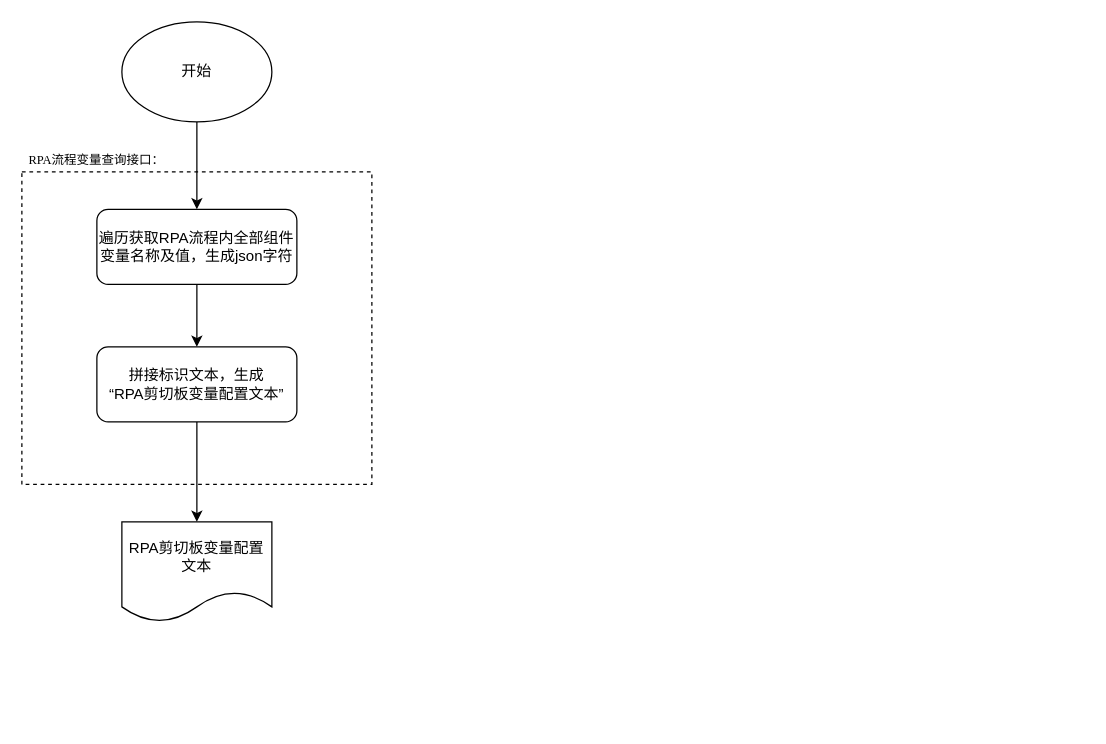
Earlier version of the draw.io diagram 剪切板变量赋值专利发明方案图一.drawio (ColonelDarcy2018/excelsior). Source tidied: cells renumbered, new cells numbered last; positions are measured from the earlier drawing's top-left corner, leaving out a move shared by most shapes. Both pictures are drawn from the tidied source at 125%, with x=0, y=0 at pixel (21, 21).
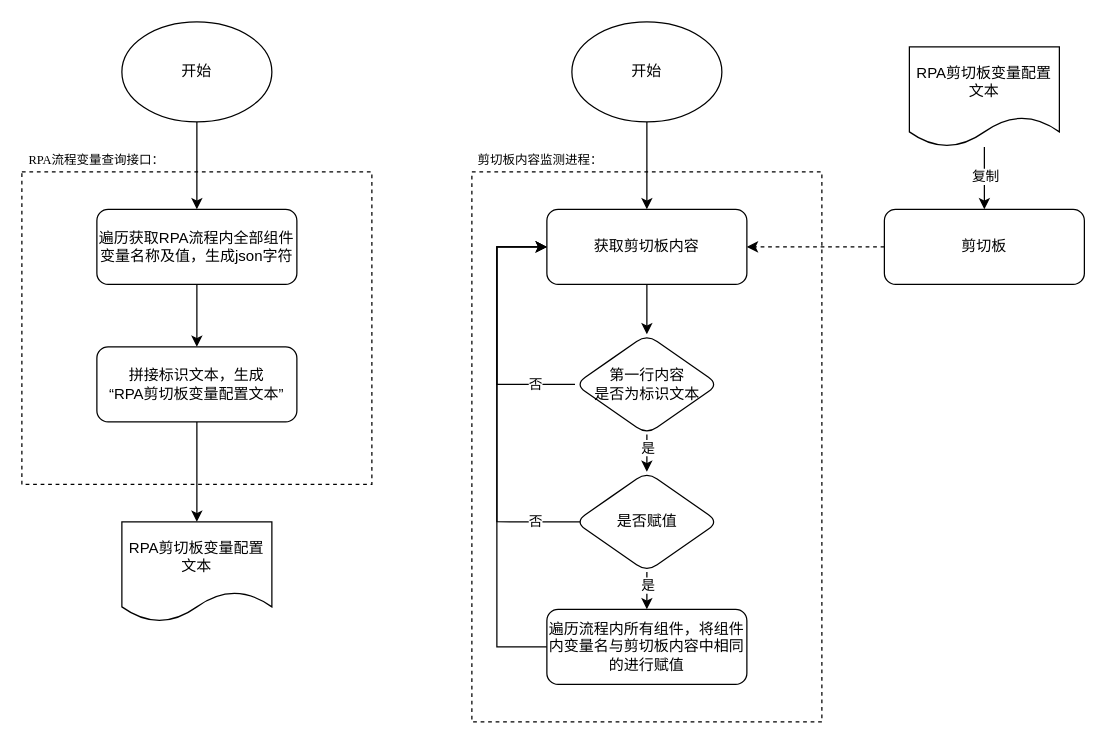
The same page after the edit.

Commit message (it also covers changes not shown here):
更新剪切板变量赋值专利发明方案图一.drawio

The edit, as a diff of the source:
```diff
@@
+    <mxCell id="11" style="rounded=0;whiteSpace=wrap;html=1;dashed=1;" parent="1" vertex="1">
+      <mxGeometry x="360" y="120" width="280" height="440" as="geometry" />
+    </mxCell>
@@
+    <mxCell id="12" style="edgeStyle=orthogonalEdgeStyle;rounded=0;jettySize=auto;html=1;" parent="1" edge="1" source="14" target="16">
+      <mxGeometry relative="1" as="geometry" />
+    </mxCell>
+    <mxCell id="13" value="复制" style="edgeLabel;html=1;align=center;verticalAlign=middle;" parent="12" vertex="1">
+      <mxGeometry x="-0.08" relative="1" as="geometry" />
+    </mxCell>
+    <mxCell id="14" value="RPA剪切板变量配置文本" style="shape=document;whiteSpace=wrap;html=1;boundedLbl=1;" parent="1" vertex="1">
+      <mxGeometry x="710" y="20" width="120" height="80" as="geometry" />
+    </mxCell>
+    <mxCell id="15" style="edgeStyle=orthogonalEdgeStyle;rounded=0;jettySize=auto;html=1;entryX=1;entryY=0.5;entryDx=0;entryDy=0;dashed=1;" parent="1" edge="1" source="16" target="18">
+      <mxGeometry relative="1" as="geometry" />
+    </mxCell>
+    <mxCell id="16" value="剪切板" style="rounded=1;whiteSpace=wrap;html=1;" parent="1" vertex="1">
+      <mxGeometry x="690" y="150" width="160" height="60" as="geometry" />
+    </mxCell>
+    <mxCell id="17" style="edgeStyle=orthogonalEdgeStyle;rounded=0;jettySize=auto;html=1;entryX=0.5;entryY=0;entryDx=0;entryDy=0;" parent="1" edge="1" source="18" target="26">
+      <mxGeometry relative="1" as="geometry" />
+    </mxCell>
+    <mxCell id="18" value="获取剪切板内容" style="rounded=1;whiteSpace=wrap;html=1;" parent="1" vertex="1">
+      <mxGeometry x="420" y="150" width="160" height="60" as="geometry" />
+    </mxCell>
+    <mxCell id="19" value="&lt;p style=&quot;margin: 0pt 0pt 0.0001pt; text-align: start;&quot; class=&quot;MsoNormal&quot;&gt;&lt;font face=&quot;Times New Roman&quot;&gt;剪切板内容监测进程：&lt;/font&gt;&lt;br&gt;&lt;/p&gt;" style="text;html=1;strokeColor=none;fillColor=none;align=center;verticalAlign=middle;whiteSpace=wrap;rounded=0;fontSize=10;" parent="1" vertex="1">
+      <mxGeometry x="360" y="100" width="110" height="20" as="geometry" />
+    </mxCell>
+    <mxCell id="20" style="edgeStyle=orthogonalEdgeStyle;rounded=0;jettySize=auto;html=1;entryX=0.5;entryY=0;entryDx=0;entryDy=0;" parent="1" edge="1" source="21" target="18">
+      <mxGeometry relative="1" as="geometry" />
+    </mxCell>
+    <mxCell id="21" value="开始" style="ellipse;whiteSpace=wrap;html=1;" parent="1" vertex="1">
+      <mxGeometry x="440" width="120" height="80" as="geometry" />
+    </mxCell>
+    <mxCell id="22" style="edgeStyle=orthogonalEdgeStyle;rounded=0;jettySize=auto;html=1;" parent="1" edge="1" source="26" target="31">
+      <mxGeometry relative="1" as="geometry" />
+    </mxCell>
+    <mxCell id="23" value="是" style="edgeLabel;html=1;align=center;verticalAlign=middle;" parent="22" vertex="1">
+      <mxGeometry x="0.04" y="-2" relative="1" as="geometry">
+        <mxPoint x="-2" y="-4" as="offset" />
+      </mxGeometry>
+    </mxCell>
+    <mxCell id="24" style="edgeStyle=orthogonalEdgeStyle;rounded=0;jettySize=auto;html=1;entryX=0;entryY=0.5;entryDx=0;entryDy=0;exitX=0;exitY=0.5;exitDx=0;exitDy=0;" parent="1" edge="1" source="26" target="18">
+      <mxGeometry relative="1" as="geometry">
+        <Array as="points">
+          <mxPoint x="380" y="290" />
+          <mxPoint x="380" y="180" />
+        </Array>
+      </mxGeometry>
+    </mxCell>
+    <mxCell id="25" value="否" style="edgeLabel;html=1;align=center;verticalAlign=middle;" parent="24" vertex="1">
+      <mxGeometry x="0.22" y="1" relative="1" as="geometry">
+        <mxPoint x="31" y="67" as="offset" />
+      </mxGeometry>
+    </mxCell>
+    <mxCell id="26" value="第一行内容&lt;br&gt;是否为标识文本" style="rhombus;whiteSpace=wrap;html=1;rounded=1;" parent="1" vertex="1">
+      <mxGeometry x="442.5" y="250" width="115" height="80" as="geometry" />
+    </mxCell>
+    <mxCell id="27" style="edgeStyle=orthogonalEdgeStyle;rounded=0;jettySize=auto;html=1;" parent="1" edge="1" source="31" target="33">
+      <mxGeometry relative="1" as="geometry" />
+    </mxCell>
+    <mxCell id="28" value="是" style="edgeLabel;html=1;align=center;verticalAlign=middle;" parent="27" vertex="1">
+      <mxGeometry x="-0.76" relative="1" as="geometry">
+        <mxPoint y="4" as="offset" />
+      </mxGeometry>
+    </mxCell>
+    <mxCell id="29" style="edgeStyle=orthogonalEdgeStyle;rounded=0;jettySize=auto;html=1;entryX=0;entryY=0.5;entryDx=0;entryDy=0;exitX=0.054;exitY=0.499;exitDx=0;exitDy=0;exitPerimeter=0;" parent="1" edge="1" source="31" target="18">
+      <mxGeometry relative="1" as="geometry">
+        <Array as="points">
+          <mxPoint x="380" y="400" />
+          <mxPoint x="380" y="180" />
+        </Array>
+      </mxGeometry>
+    </mxCell>
+    <mxCell id="30" value="否" style="edgeLabel;html=1;align=center;verticalAlign=middle;" parent="29" vertex="1">
+      <mxGeometry x="-0.83" relative="1" as="geometry">
+        <mxPoint x="-10" as="offset" />
+      </mxGeometry>
+    </mxCell>
+    <mxCell id="31" value="是否赋值" style="rhombus;whiteSpace=wrap;html=1;rounded=1;" parent="1" vertex="1">
+      <mxGeometry x="442.5" y="360" width="115" height="80" as="geometry" />
+    </mxCell>
+    <mxCell id="32" style="edgeStyle=orthogonalEdgeStyle;rounded=0;jettySize=auto;html=1;entryX=0;entryY=0.5;entryDx=0;entryDy=0;exitX=0;exitY=0.5;exitDx=0;exitDy=0;" parent="1" edge="1" source="33" target="18">
+      <mxGeometry relative="1" as="geometry">
+        <Array as="points">
+          <mxPoint x="380" y="500" />
+          <mxPoint x="380" y="180" />
+        </Array>
+      </mxGeometry>
+    </mxCell>
+    <mxCell id="33" value="遍历流程内所有组件，将组件内变量名与剪切板内容中相同的进行赋值" style="rounded=1;whiteSpace=wrap;html=1;" parent="1" vertex="1">
+      <mxGeometry x="420" y="470" width="160" height="60" as="geometry" />
+    </mxCell>
```
